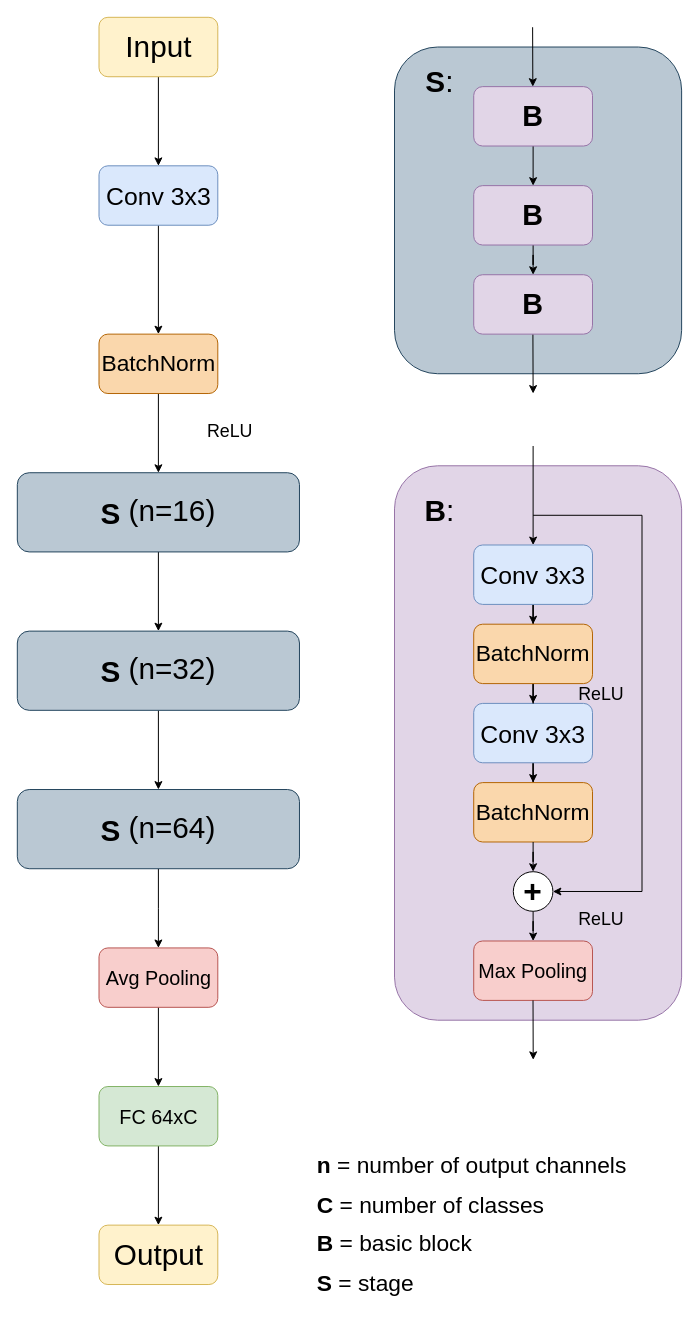
Above: page "ResNet20" (6 of 9) of chapter_dlo/assets/dlo_schemes_drawio.drawio in N0ciple/latex-these (draw.io), before the change. Source tidied: cells renumbered, new cells numbered last; positions are measured from the earlier drawing's top-left corner, leaving out a move shared by most shapes. Both pictures are drawn from the tidied source at 99%, with x=0, y=0 at pixel (17, 17).
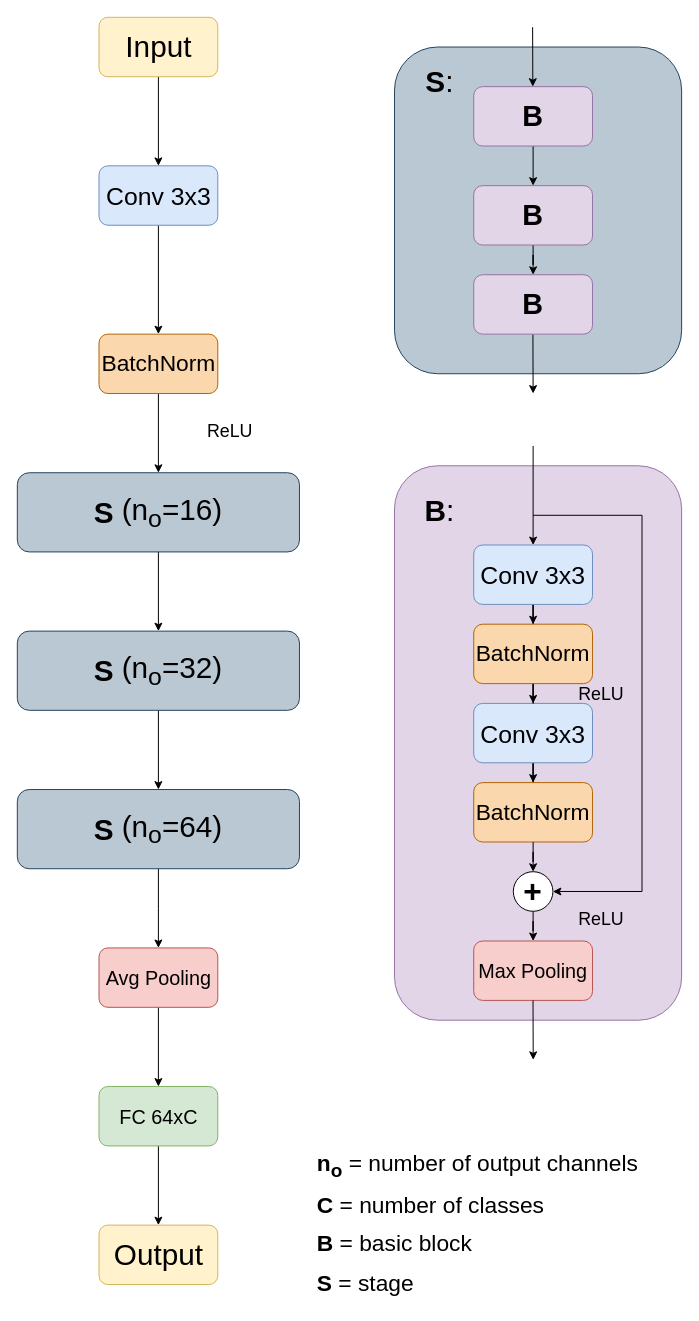
The same diagram, later.

Commit message (it also covers changes not shown here):
update scheme notations (n_o=number of channels)

What changed in the source:
```diff
@@
-    <mxCell id="30" value="&lt;font style=&quot;&quot;&gt;&lt;sub style=&quot;&quot;&gt;&lt;span style=&quot;font-size: 30px;&quot;&gt;&lt;b&gt;S&lt;/b&gt;&lt;/span&gt;&lt;/sub&gt;&lt;span style=&quot;font-size: 30px;&quot;&gt;&amp;nbsp;(n=16)&lt;/span&gt;&lt;/font&gt;" style="rounded=1;whiteSpace=wrap;html=1;fillColor=#bac8d3;strokeColor=#23445d;" parent="1" vertex="1">
+    <mxCell id="30" value="&lt;font style=&quot;&quot;&gt;&lt;sub style=&quot;&quot;&gt;&lt;span style=&quot;font-size: 30px;&quot;&gt;&lt;b&gt;S&lt;/b&gt;&lt;/span&gt;&lt;/sub&gt;&lt;span style=&quot;font-size: 30px;&quot;&gt;&amp;nbsp;(n&lt;sub&gt;o&lt;/sub&gt;=16)&lt;/span&gt;&lt;/font&gt;" style="rounded=1;whiteSpace=wrap;html=1;fillColor=#bac8d3;strokeColor=#23445d;" parent="1" vertex="1">
       <mxGeometry y="460" width="285" height="80" as="geometry" />
     </mxCell>
@@
-    <mxCell id="32" value="&lt;font style=&quot;&quot;&gt;&lt;sub style=&quot;&quot;&gt;&lt;span style=&quot;font-size: 30px;&quot;&gt;&lt;b&gt;S&lt;/b&gt;&lt;/span&gt;&lt;/sub&gt;&lt;span style=&quot;font-size: 30px;&quot;&gt;&amp;nbsp;(n=32)&lt;/span&gt;&lt;/font&gt;" style="rounded=1;whiteSpace=wrap;html=1;fillColor=#bac8d3;strokeColor=#23445d;" parent="1" vertex="1">
+    <mxCell id="32" value="&lt;font style=&quot;&quot;&gt;&lt;sub style=&quot;&quot;&gt;&lt;span style=&quot;font-size: 30px;&quot;&gt;&lt;b&gt;S&lt;/b&gt;&lt;/span&gt;&lt;/sub&gt;&lt;span style=&quot;font-size: 30px;&quot;&gt;&amp;nbsp;(n&lt;sub&gt;o&lt;/sub&gt;=32)&lt;/span&gt;&lt;/font&gt;" style="rounded=1;whiteSpace=wrap;html=1;fillColor=#bac8d3;strokeColor=#23445d;" parent="1" vertex="1">
       <mxGeometry y="620" width="285" height="80" as="geometry" />
     </mxCell>
@@
-    <mxCell id="34" value="&lt;font style=&quot;&quot;&gt;&lt;sub style=&quot;&quot;&gt;&lt;span style=&quot;font-size: 30px;&quot;&gt;&lt;b&gt;S&lt;/b&gt;&lt;/span&gt;&lt;/sub&gt;&lt;span style=&quot;font-size: 30px;&quot;&gt;&amp;nbsp;(n=64)&lt;/span&gt;&lt;/font&gt;" style="rounded=1;whiteSpace=wrap;html=1;fillColor=#bac8d3;strokeColor=#23445d;" parent="1" vertex="1">
+    <mxCell id="34" value="&lt;font style=&quot;&quot;&gt;&lt;sub style=&quot;&quot;&gt;&lt;span style=&quot;font-size: 30px;&quot;&gt;&lt;b&gt;S&lt;/b&gt;&lt;/span&gt;&lt;/sub&gt;&lt;span style=&quot;font-size: 30px;&quot;&gt;&amp;nbsp;(n&lt;sub&gt;o&lt;/sub&gt;=64)&lt;/span&gt;&lt;/font&gt;" style="rounded=1;whiteSpace=wrap;html=1;fillColor=#bac8d3;strokeColor=#23445d;" parent="1" vertex="1">
       <mxGeometry y="780" width="285" height="80" as="geometry" />
     </mxCell>
@@
-    <mxCell id="47" value="&lt;font style=&quot;font-size: 23px;&quot;&gt;&lt;b&gt;n&lt;/b&gt; = number of output channels&lt;/font&gt;" style="text;html=1;strokeColor=none;fillColor=none;align=left;verticalAlign=middle;whiteSpace=wrap;rounded=0;" parent="1" vertex="1">
-      <mxGeometry x="301" y="1140" width="320" height="40" as="geometry" />
+    <mxCell id="47" value="&lt;font style=&quot;font-size: 23px;&quot;&gt;&lt;b&gt;n&lt;sub&gt;o&lt;/sub&gt;&lt;/b&gt; = number of output channels&lt;/font&gt;" style="text;html=1;strokeColor=none;fillColor=none;align=left;verticalAlign=middle;whiteSpace=wrap;rounded=0;" parent="1" vertex="1">
+      <mxGeometry x="301" y="1140" width="350" height="40" as="geometry" />
     </mxCell>
```
